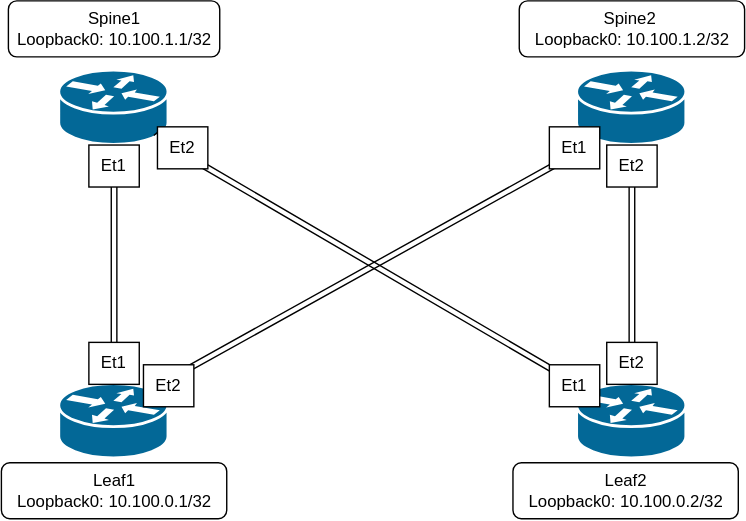
Before: ISIS-Underlay/Underlay-Diagram.drawio.svg, a diagram exported from draw.io (garrett-seaba/labs). Source tidied: cells renumbered, new cells last; positions are measured from the earlier drawing's top-left corner, leaving out a move shared by most shapes.
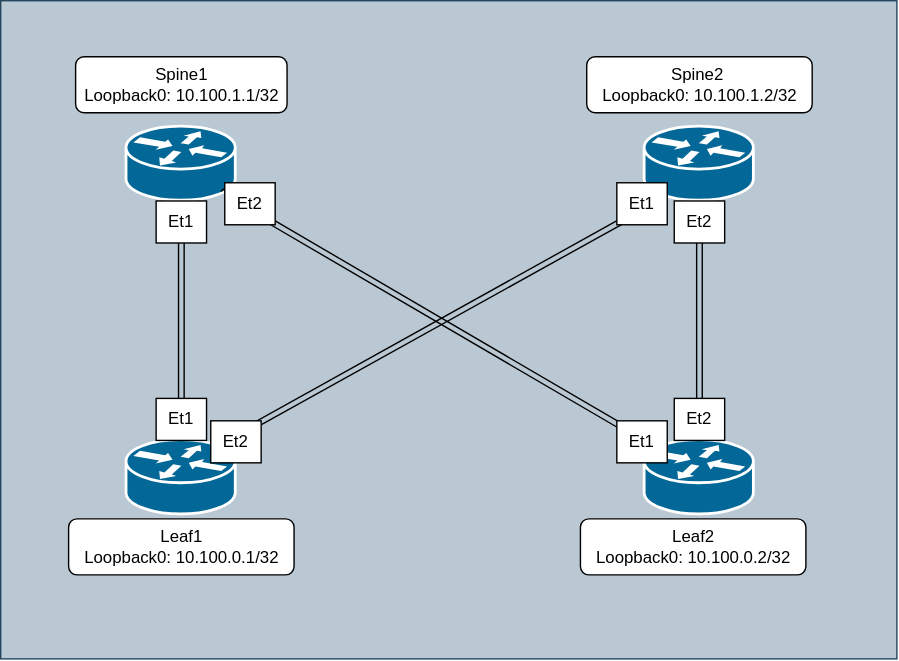
The same file after the commit.

Diff of the diagram source:
```diff
@@ -2,6 +2,9 @@
   <root>
     <mxCell id="0" />
     <mxCell id="1" parent="0" />
+    <mxCell id="33" style="rounded=0;whiteSpace=wrap;html=1;fillColor=#bac8d3;strokeColor=#23445d;" parent="1" vertex="1">
+      <mxGeometry x="-48" y="-40" width="640" height="470" as="geometry" />
+    </mxCell>
     <mxCell id="2" style="rounded=1;whiteSpace=wrap;html=1;" parent="1" vertex="1">
       <mxGeometry x="0.5" y="330" width="161" height="40" as="geometry" />
     </mxCell>
```
